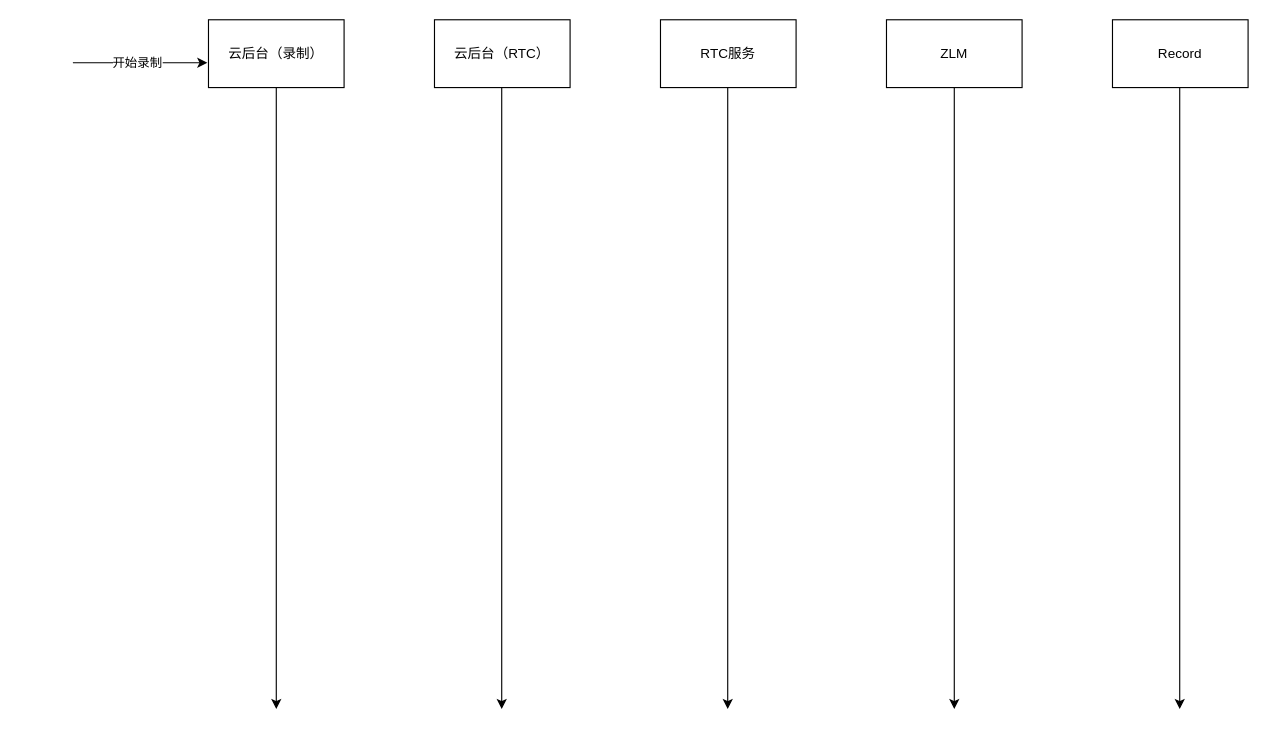
craterone/imgs keeps this draw.io diagram as page "rtc->rtsp" (2 of 3) of weidian.drawio. Above is the earlier version. Source tidied: cells renumbered, new cells numbered last; positions are measured from the earlier drawing's top-left corner, leaving out a move shared by most shapes. Both pictures are drawn from the tidied source at 113%, with x=0, y=0 at pixel (72, 19).
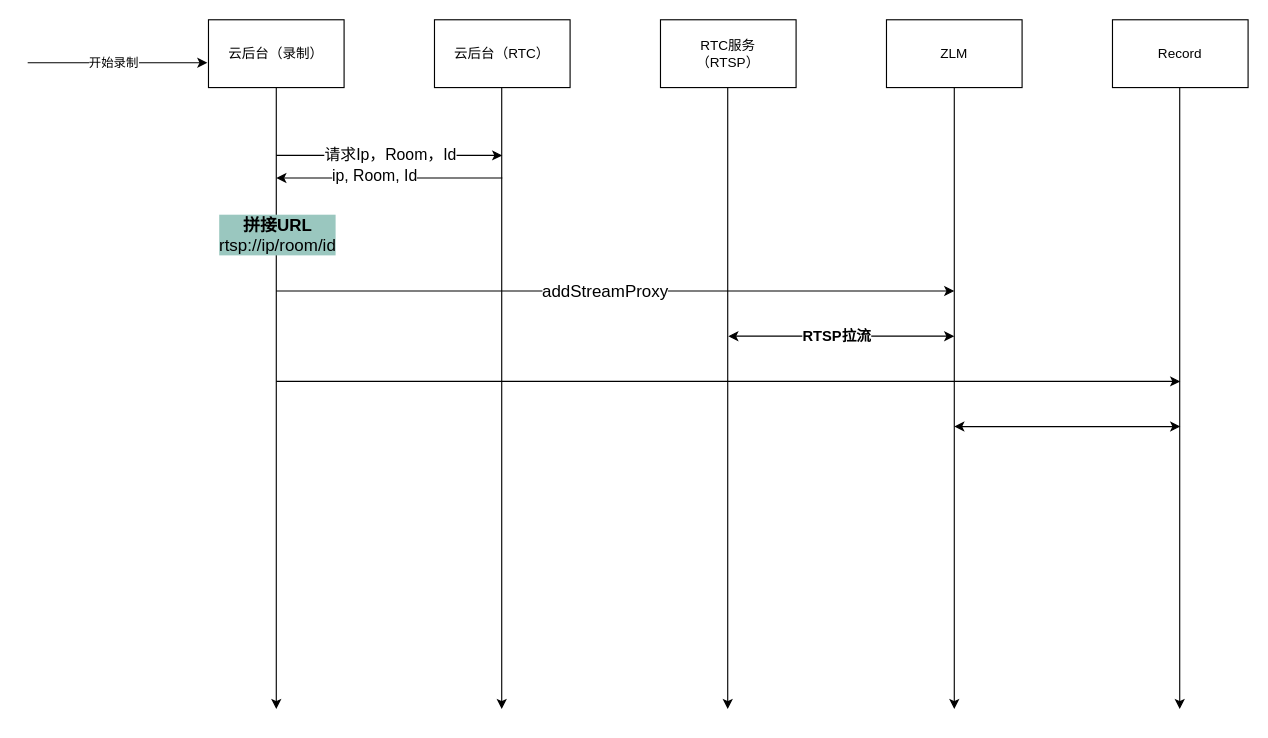
The same page after the edit.

Unchanged cells that the change refers to:
```xml
<mxCell id="2" style="edgeStyle=orthogonalEdgeStyle;rounded=0;jettySize=auto;html=1;" parent="1" edge="1" source="3">
  <mxGeometry relative="1" as="geometry">
    <mxPoint x="180" y="610" as="targetPoint" />
  </mxGeometry>
</mxCell>
<mxCell id="3" value="云后台（录制）" style="rounded=0;whiteSpace=wrap;html=1;" parent="1" vertex="1">
  <mxGeometry x="120" width="120" height="60" as="geometry" />
</mxCell>
```

Change to the diagram source:
```diff
@@
+    <mxCell id="14" value="&lt;div&gt;&lt;b style=&quot;color: light-dark(rgb(0, 0, 0), rgb(255, 255, 255));&quot;&gt;&lt;font style=&quot;font-size: 15px;&quot;&gt;拼接URL&lt;/font&gt;&lt;/b&gt;&lt;/div&gt;&lt;div&gt;&lt;font style=&quot;font-size: 15px;&quot;&gt;rtsp://ip/room/id&lt;/font&gt;&lt;/div&gt;" style="edgeLabel;html=1;align=center;verticalAlign=middle;labelBackgroundColor=#9AC7BF;" parent="2" vertex="1">
+      <mxGeometry x="-0.63" y="-1" relative="1" as="geometry">
+        <mxPoint x="1" y="27" as="offset" />
+      </mxGeometry>
+    </mxCell>
@@
-    <mxCell id="5" value="RTC服务" style="rounded=0;whiteSpace=wrap;html=1;" parent="1" vertex="1">
+    <mxCell id="5" value="RTC服务&lt;div&gt;（RTSP）&lt;/div&gt;" style="rounded=0;whiteSpace=wrap;html=1;" parent="1" vertex="1">
       <mxGeometry x="520" width="120" height="60" as="geometry" />
     </mxCell>
@@
     <mxCell id="8" style="endArrow=classic;html=1;rounded=0;entryX=-0.008;entryY=0.633;entryDx=0;entryDy=0;entryPerimeter=0;" parent="1" edge="1" target="3">
       <mxGeometry relative="1" as="geometry">
-        <mxPoint y="38" as="sourcePoint" />
+        <mxPoint x="-40" y="38" as="sourcePoint" />
       </mxGeometry>
     </mxCell>
@@
+    <mxCell id="15" style="endArrow=classic;html=1;rounded=0;" parent="1" edge="1">
+      <mxGeometry relative="1" as="geometry">
+        <mxPoint x="180" y="120" as="sourcePoint" />
+        <mxPoint x="380" y="120" as="targetPoint" />
+      </mxGeometry>
+    </mxCell>
+    <mxCell id="16" value="&lt;font style=&quot;font-size: 14px;&quot;&gt;请求Ip，Room，Id&lt;/font&gt;" style="edgeLabel;html=1;align=center;verticalAlign=middle;" parent="15" vertex="1">
+      <mxGeometry y="1" relative="1" as="geometry" />
+    </mxCell>
+    <mxCell id="17" style="endArrow=classic;html=1;rounded=0;" parent="1" edge="1">
+      <mxGeometry relative="1" as="geometry">
+        <mxPoint x="380" y="140" as="sourcePoint" />
+        <mxPoint x="180" y="140" as="targetPoint" />
+      </mxGeometry>
+    </mxCell>
+    <mxCell id="18" value="&lt;font style=&quot;font-size: 14px;&quot;&gt;ip, Room, Id&lt;/font&gt;" style="edgeLabel;html=1;align=center;verticalAlign=middle;" parent="17" vertex="1">
+      <mxGeometry x="0.14" y="-3" relative="1" as="geometry" />
+    </mxCell>
+    <mxCell id="19" style="endArrow=classic;html=1;rounded=0;" parent="1" edge="1">
+      <mxGeometry relative="1" as="geometry">
+        <mxPoint x="180" y="240" as="sourcePoint" />
+        <mxPoint x="780" y="240" as="targetPoint" />
+      </mxGeometry>
+    </mxCell>
+    <mxCell id="20" value="addStreamProxy" style="edgeLabel;html=1;align=center;verticalAlign=middle;fontSize=15;" parent="19" vertex="1">
+      <mxGeometry x="-0.15" y="1" relative="1" as="geometry">
+        <mxPoint x="35" as="offset" />
+      </mxGeometry>
+    </mxCell>
+    <mxCell id="21" style="endArrow=classic;html=1;rounded=0;startArrow=classic;startFill=1;" parent="1" edge="1">
+      <mxGeometry relative="1" as="geometry">
+        <mxPoint x="780" y="280" as="sourcePoint" />
+        <mxPoint x="580" y="280" as="targetPoint" />
+      </mxGeometry>
+    </mxCell>
+    <mxCell id="22" value="&lt;b&gt;RTSP拉流&lt;/b&gt;" style="edgeLabel;html=1;align=center;verticalAlign=middle;fontSize=13;" parent="21" vertex="1">
+      <mxGeometry x="0.05" y="-1" relative="1" as="geometry" />
+    </mxCell>
+    <mxCell id="23" style="endArrow=classic;html=1;rounded=0;" parent="1" edge="1">
+      <mxGeometry relative="1" as="geometry">
+        <mxPoint x="180" y="320" as="sourcePoint" />
+        <mxPoint x="980" y="320" as="targetPoint" />
+      </mxGeometry>
+    </mxCell>
+    <mxCell id="24" style="endArrow=classic;startArrow=classic;html=1;rounded=0;" parent="1" edge="1">
+      <mxGeometry relative="1" as="geometry">
+        <mxPoint x="780" y="360" as="sourcePoint" />
+        <mxPoint x="980" y="360" as="targetPoint" />
+      </mxGeometry>
+    </mxCell>
```
